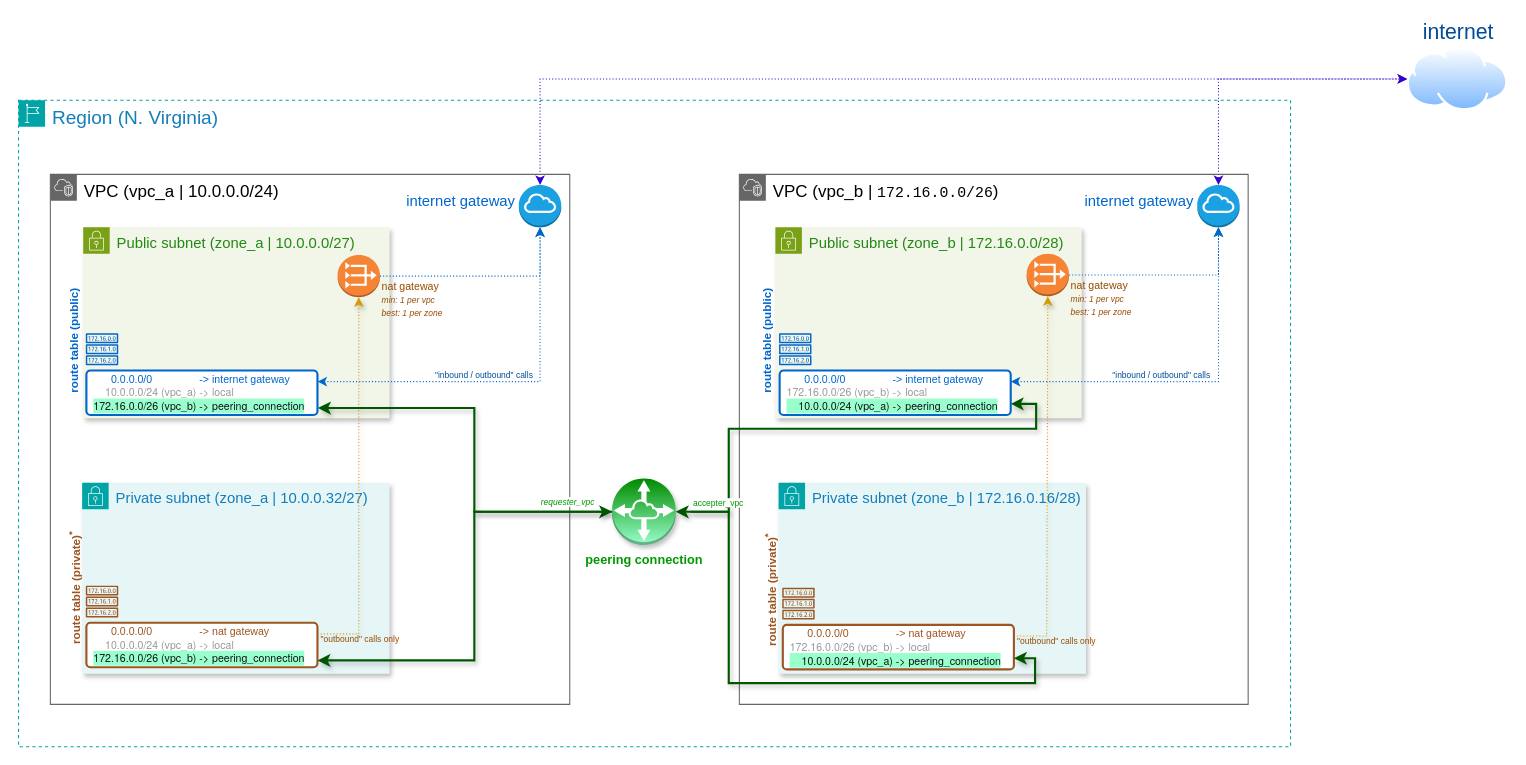
This is aws/_learnings/vpc_connectivity/01_vpc_peering/01_same_region/aws_vpc_peering_local.drawio.xml from aakashkumar1980/cloud-infra, a draw.io file, before an edit. Source tidied: cells renumbered, new cells numbered last; positions are measured from the earlier drawing's top-left corner, leaving out a move shared by most shapes. Both pictures are drawn from the tidied source at 106%, with x=0, y=0 at pixel (18, 47).
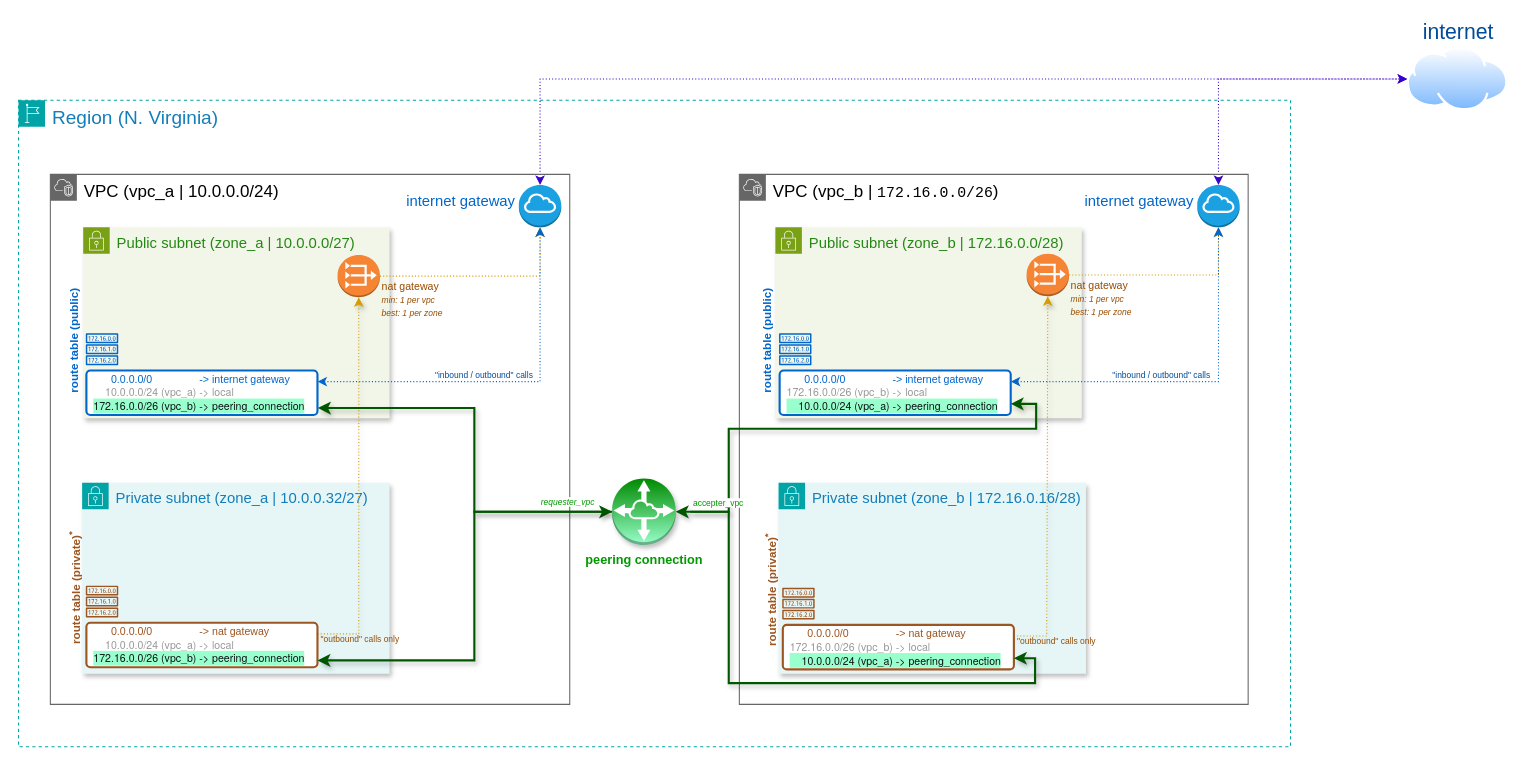
After the change.

The change refers to these unchanged cells:
```xml
<mxCell id="5" value="internet gateway" style="outlineConnect=0;dashed=0;verticalLabelPosition=middle;verticalAlign=middle;align=center;html=1;shape=mxgraph.aws3.internet_gateway;fillColor=#1ba1e2;fontSize=14;strokeColor=#006EAF;fontColor=#0066CC;labelPosition=center;spacingLeft=-165;spacingTop=-11;spacingRight=-15;convertToSvg=1;" parent="1" vertex="1">
  <mxGeometry x="1112" y="130" width="40" height="40" as="geometry" />
</mxCell>
<mxCell id="10" value="nat gateway&lt;br&gt;&lt;font style=&quot;font-size: 8px;&quot;&gt;&lt;i&gt;min: 1 per vpc&lt;br&gt;best: 1 per zone&lt;/i&gt;&lt;/font&gt;" style="outlineConnect=0;dashed=0;verticalLabelPosition=bottom;verticalAlign=top;align=left;html=1;shape=mxgraph.aws3.vpc_nat_gateway;fillColor=#F58534;gradientColor=none;fontColor=#994C00;fontSize=10;spacingLeft=0;spacingBottom=0;spacingRight=0;spacingTop=-22;labelPosition=right;" parent="1" vertex="1">
  <mxGeometry x="951" y="195" width="40" height="40" as="geometry" />
</mxCell>
<mxCell id="16" value="internet gateway" style="outlineConnect=0;dashed=0;verticalLabelPosition=middle;verticalAlign=middle;align=center;html=1;shape=mxgraph.aws3.internet_gateway;fillColor=#1ba1e2;fontSize=14;strokeColor=#006EAF;fontColor=#0066CC;labelPosition=center;spacingLeft=-150;spacingTop=-11;spacingRight=0;convertToSvg=1;" parent="1" vertex="1">
  <mxGeometry x="472" y="130" width="40" height="40" as="geometry" />
</mxCell>
<mxCell id="21" value="nat gateway&lt;br&gt;&lt;font style=&quot;font-size: 8px;&quot;&gt;&lt;i&gt;min: 1 per vpc&lt;br&gt;best: 1 per zone&lt;/i&gt;&lt;/font&gt;" style="outlineConnect=0;dashed=0;verticalLabelPosition=bottom;verticalAlign=top;align=left;html=1;shape=mxgraph.aws3.vpc_nat_gateway;fillColor=#F58534;gradientColor=none;fontColor=#994C00;fontSize=10;spacingLeft=0;spacingBottom=0;spacingRight=0;spacingTop=-22;labelPosition=right;" parent="1" vertex="1">
  <mxGeometry x="301" y="196" width="40" height="40" as="geometry" />
</mxCell>
```

What changed in the source:
```diff
@@
-    <mxCell id="9" style="edgeStyle=orthogonalEdgeStyle;rounded=0;jettySize=auto;html=1;dashed=1;dashPattern=1 2;strokeColor=#0066CC;" parent="1" edge="1" source="10" target="5">
+    <mxCell id="9" style="edgeStyle=orthogonalEdgeStyle;rounded=0;jettySize=auto;html=1;dashed=1;dashPattern=1 2;strokeColor=#D79B00;" parent="1" edge="1" source="10" target="5">
       <mxGeometry relative="1" as="geometry" />
     </mxCell>
@@
-    <mxCell id="20" style="edgeStyle=orthogonalEdgeStyle;rounded=0;jettySize=auto;html=1;dashed=1;dashPattern=1 2;strokeColor=#0066CC;" parent="1" edge="1" source="21" target="16">
+    <mxCell id="20" style="edgeStyle=orthogonalEdgeStyle;rounded=0;jettySize=auto;html=1;dashed=1;dashPattern=1 2;strokeColor=#D79B00;" parent="1" edge="1" source="21" target="16">
       <mxGeometry relative="1" as="geometry" />
     </mxCell>
```
